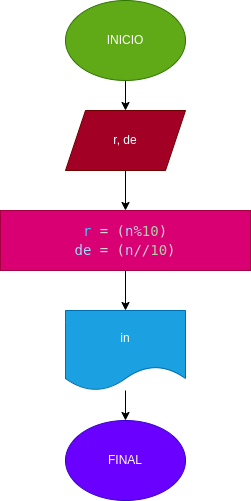
Earlier version of the draw.io export diagrama.png (AndresFelipeJW/Invertir_numero_4digitos). Source tidied: cells renumbered, new cells last; positions are measured from the earlier drawing's top-left corner, leaving out a move shared by most shapes.
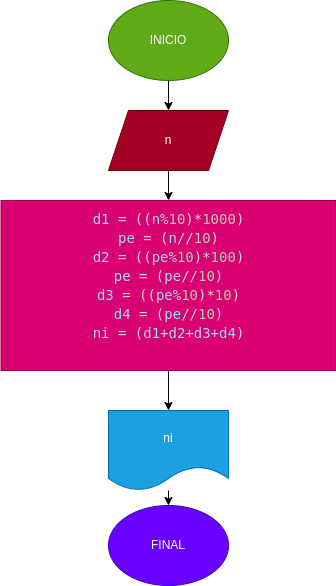
After the commit.

Commit message:
Se agrego el diagraa de flujo

Change to the diagram source:
```diff
@@ -11,23 +11,23 @@
     <mxCell id="4" style="edgeStyle=none;html=1;" parent="1" edge="1" source="5" target="9">
       <mxGeometry relative="1" as="geometry" />
     </mxCell>
-    <mxCell id="5" value="&lt;div style=&quot;font-family: &amp;quot;Droid Sans Mono&amp;quot;, &amp;quot;monospace&amp;quot;, monospace; font-size: 14px; line-height: 19px;&quot;&gt;&lt;div style=&quot;&quot;&gt;&lt;font color=&quot;#4fc1ff&quot;&gt;r&lt;/font&gt;&lt;font color=&quot;#d4d4d4&quot;&gt; = (&lt;/font&gt;&lt;span style=&quot;color: rgb(156, 220, 254);&quot;&gt;n&lt;/span&gt;&lt;font color=&quot;#d4d4d4&quot;&gt;%&lt;/font&gt;&lt;span style=&quot;color: rgb(181, 206, 168);&quot;&gt;10&lt;/span&gt;&lt;font color=&quot;#d4d4d4&quot;&gt;) &lt;/font&gt;&lt;/div&gt;&lt;div style=&quot;color: rgb(212, 212, 212);&quot;&gt;&lt;span style=&quot;color: rgb(156, 220, 254);&quot;&gt;de&lt;/span&gt; = (&lt;span style=&quot;color: rgb(156, 220, 254);&quot;&gt;n&lt;/span&gt;//&lt;span style=&quot;color: rgb(181, 206, 168);&quot;&gt;10&lt;/span&gt;)&lt;/div&gt;&lt;/div&gt;" style="rounded=0;whiteSpace=wrap;html=1;fillColor=#d80073;fontColor=#ffffff;strokeColor=#A50040;" parent="1" vertex="1">
-      <mxGeometry y="210" width="250" height="60" as="geometry" />
+    <mxCell id="5" value="&lt;div style=&quot;font-family: &amp;quot;Droid Sans Mono&amp;quot;, &amp;quot;monospace&amp;quot;, monospace; font-size: 14px; line-height: 19px;&quot;&gt;&lt;div style=&quot;&quot;&gt;&lt;div style=&quot;color: rgb(212, 212, 212); line-height: 19px;&quot;&gt;&lt;div style=&quot;&quot;&gt;&lt;span style=&quot;color: rgb(156, 220, 254);&quot;&gt;d1&lt;/span&gt; = ((&lt;span style=&quot;color: rgb(156, 220, 254);&quot;&gt;n&lt;/span&gt;%&lt;span style=&quot;color: rgb(181, 206, 168);&quot;&gt;10&lt;/span&gt;)*&lt;span style=&quot;color: rgb(181, 206, 168);&quot;&gt;1000&lt;/span&gt;)&lt;/div&gt;&lt;div style=&quot;&quot;&gt;&lt;span style=&quot;color: #9cdcfe;&quot;&gt;pe&lt;/span&gt; = (&lt;span style=&quot;color: #9cdcfe;&quot;&gt;n&lt;/span&gt;//&lt;span style=&quot;color: #b5cea8;&quot;&gt;10&lt;/span&gt;)&lt;/div&gt;&lt;div style=&quot;&quot;&gt;&lt;span style=&quot;color: #9cdcfe;&quot;&gt;d2&lt;/span&gt; = ((&lt;span style=&quot;color: #9cdcfe;&quot;&gt;pe&lt;/span&gt;%&lt;span style=&quot;color: #b5cea8;&quot;&gt;10&lt;/span&gt;)*&lt;span style=&quot;color: #b5cea8;&quot;&gt;100&lt;/span&gt;)&lt;/div&gt;&lt;div style=&quot;&quot;&gt;&lt;span style=&quot;color: #9cdcfe;&quot;&gt;pe&lt;/span&gt; = (&lt;span style=&quot;color: #9cdcfe;&quot;&gt;pe&lt;/span&gt;//&lt;span style=&quot;color: #b5cea8;&quot;&gt;10&lt;/span&gt;)&lt;/div&gt;&lt;div style=&quot;&quot;&gt;&lt;span style=&quot;color: #9cdcfe;&quot;&gt;d3&lt;/span&gt; = ((&lt;span style=&quot;color: #9cdcfe;&quot;&gt;pe&lt;/span&gt;%&lt;span style=&quot;color: #b5cea8;&quot;&gt;10&lt;/span&gt;)*&lt;span style=&quot;color: #b5cea8;&quot;&gt;10&lt;/span&gt;)&lt;/div&gt;&lt;div style=&quot;&quot;&gt;&lt;span style=&quot;color: #9cdcfe;&quot;&gt;d4&lt;/span&gt; = (&lt;span style=&quot;color: #9cdcfe;&quot;&gt;pe&lt;/span&gt;//&lt;span style=&quot;color: #b5cea8;&quot;&gt;10&lt;/span&gt;)&lt;/div&gt;&lt;div style=&quot;&quot;&gt;&lt;span style=&quot;color: #9cdcfe;&quot;&gt;ni&lt;/span&gt; = (&lt;span style=&quot;color: #9cdcfe;&quot;&gt;d1&lt;/span&gt;+&lt;span style=&quot;color: #9cdcfe;&quot;&gt;d2&lt;/span&gt;+&lt;span style=&quot;color: #9cdcfe;&quot;&gt;d3&lt;/span&gt;+&lt;span style=&quot;color: #9cdcfe;&quot;&gt;d4&lt;/span&gt;)&lt;/div&gt;&lt;br&gt;&lt;/div&gt;&lt;/div&gt;&lt;/div&gt;" style="rounded=0;whiteSpace=wrap;html=1;fillColor=#d80073;fontColor=#ffffff;strokeColor=#A50040;" parent="1" vertex="1">
+      <mxGeometry x="-42.5" y="200" width="335" height="170" as="geometry" />
     </mxCell>
     <mxCell id="6" style="edgeStyle=none;html=1;" parent="1" edge="1" source="7" target="5">
       <mxGeometry relative="1" as="geometry" />
     </mxCell>
-    <mxCell id="7" value="r, de" style="shape=parallelogram;perimeter=parallelogramPerimeter;whiteSpace=wrap;html=1;fixedSize=1;fillColor=#a20025;fontColor=#ffffff;strokeColor=#6F0000;" parent="1" vertex="1">
+    <mxCell id="7" value="n" style="shape=parallelogram;perimeter=parallelogramPerimeter;whiteSpace=wrap;html=1;fixedSize=1;fillColor=#a20025;fontColor=#ffffff;strokeColor=#6F0000;" parent="1" vertex="1">
       <mxGeometry x="65" y="110" width="120" height="60" as="geometry" />
     </mxCell>
     <mxCell id="8" style="edgeStyle=none;html=1;" parent="1" edge="1" source="9" target="10">
       <mxGeometry relative="1" as="geometry" />
     </mxCell>
-    <mxCell id="9" value="in" style="shape=document;whiteSpace=wrap;html=1;boundedLbl=1;fillColor=#1ba1e2;fontColor=#ffffff;strokeColor=#006EAF;" parent="1" vertex="1">
-      <mxGeometry x="65" y="310" width="120" height="80" as="geometry" />
+    <mxCell id="9" value="ni" style="shape=document;whiteSpace=wrap;html=1;boundedLbl=1;fillColor=#1ba1e2;fontColor=#ffffff;strokeColor=#006EAF;" parent="1" vertex="1">
+      <mxGeometry x="65" y="410" width="120" height="80" as="geometry" />
     </mxCell>
     <mxCell id="10" value="FINAL" style="ellipse;whiteSpace=wrap;html=1;fillColor=#6a00ff;fontColor=#ffffff;strokeColor=#3700CC;" parent="1" vertex="1">
-      <mxGeometry x="65" y="420" width="120" height="80" as="geometry" />
+      <mxGeometry x="65" y="505" width="120" height="80" as="geometry" />
     </mxCell>
   </root>
 </mxGraphModel>
```
